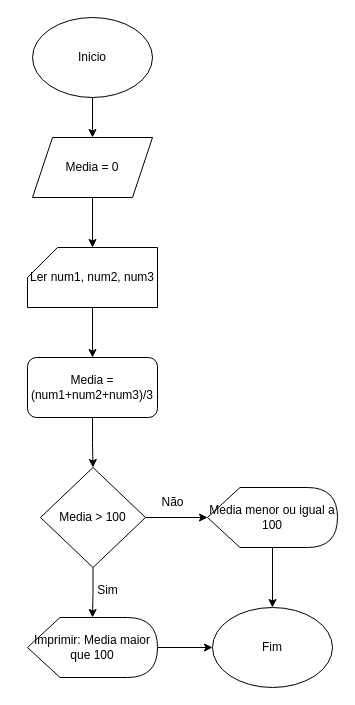
Above: Sixth Diagram.drawio in LuizHelio-Fim/Fluxogramas (draw.io), before the change. Source tidied: cells renumbered, new cells numbered last; positions are measured from the earlier drawing's top-left corner, leaving out a move shared by most shapes. Both pictures are drawn from the tidied source at 100%, with x=0, y=0 at pixel (27, 17).
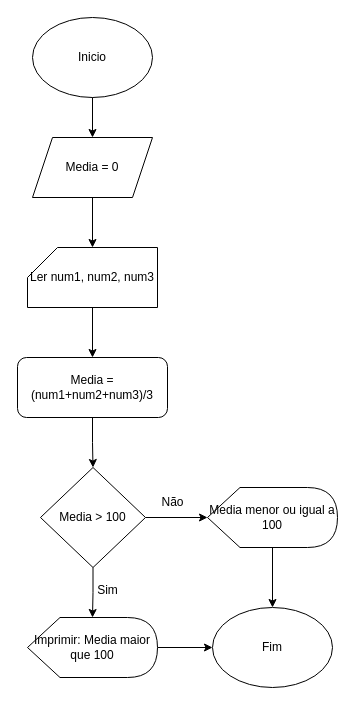
Above is the later version.

The edit, as a diff of the source:
```diff
@@
 <mxGraphModel>
   <root>
     <mxCell id="0" />
     <mxCell id="1" parent="0" />
     <mxCell id="2" value="Inicio" style="ellipse;whiteSpace=wrap;html=1;" parent="1" vertex="1">
       <mxGeometry x="5" width="120" height="80" as="geometry" />
     </mxCell>
     <mxCell id="3" style="edgeStyle=orthogonalEdgeStyle;rounded=0;jettySize=auto;html=1;entryX=0.5;entryY=0;entryDx=0;entryDy=0;" parent="1" edge="1" source="4" target="6">
       <mxGeometry relative="1" as="geometry" />
     </mxCell>
     <mxCell id="4" value="Ler num1, num2, num3" style="shape=card;whiteSpace=wrap;html=1;" parent="1" vertex="1">
       <mxGeometry y="230" width="130" height="60" as="geometry" />
     </mxCell>
     <mxCell id="5" style="edgeStyle=orthogonalEdgeStyle;rounded=0;jettySize=auto;html=1;" parent="1" edge="1" source="6" target="12">
       <mxGeometry relative="1" as="geometry" />
     </mxCell>
-    <mxCell id="6" value="Media =(num1+num2+num3)/3" style="rounded=1;whiteSpace=wrap;html=1;" parent="1" vertex="1">
-      <mxGeometry y="340" width="130" height="60" as="geometry" />
+    <mxCell id="6" value="&lt;div&gt;Media =&lt;/div&gt;&lt;div&gt;(num1+num2+num3)/3&lt;/div&gt;" style="rounded=1;whiteSpace=wrap;html=1;" parent="1" vertex="1">
+      <mxGeometry x="-10" y="340" width="150" height="60" as="geometry" />
     </mxCell>
     <mxCell id="7" style="edgeStyle=orthogonalEdgeStyle;rounded=0;jettySize=auto;html=1;" parent="1" edge="1" source="2" target="9">
       <mxGeometry relative="1" as="geometry" />
     </mxCell>
     <mxCell id="8" style="edgeStyle=orthogonalEdgeStyle;rounded=0;jettySize=auto;html=1;" parent="1" edge="1" source="9" target="4">
       <mxGeometry relative="1" as="geometry" />
     </mxCell>
     <mxCell id="9" value="Media = 0" style="shape=parallelogram;perimeter=parallelogramPerimeter;whiteSpace=wrap;html=1;fixedSize=1;" parent="1" vertex="1">
       <mxGeometry x="5" y="120" width="120" height="60" as="geometry" />
     </mxCell>
     <mxCell id="10" style="edgeStyle=orthogonalEdgeStyle;rounded=0;jettySize=auto;html=1;" parent="1" edge="1" source="12" target="14">
       <mxGeometry relative="1" as="geometry" />
     </mxCell>
     <mxCell id="11" style="edgeStyle=orthogonalEdgeStyle;rounded=0;jettySize=auto;html=1;" parent="1" edge="1" source="12" target="16">
       <mxGeometry relative="1" as="geometry" />
     </mxCell>
     <mxCell id="12" value="Media &amp;gt; 100" style="rhombus;whiteSpace=wrap;html=1;" parent="1" vertex="1">
       <mxGeometry x="13" y="450" width="105" height="100" as="geometry" />
     </mxCell>
     <mxCell id="13" style="edgeStyle=orthogonalEdgeStyle;rounded=0;jettySize=auto;html=1;" parent="1" edge="1" source="14" target="17">
       <mxGeometry relative="1" as="geometry" />
     </mxCell>
     <mxCell id="14" value="Imprimir: Media maior que 100" style="shape=display;whiteSpace=wrap;html=1;" parent="1" vertex="1">
       <mxGeometry y="600" width="130" height="60" as="geometry" />
     </mxCell>
     <mxCell id="15" style="edgeStyle=orthogonalEdgeStyle;rounded=0;jettySize=auto;html=1;" parent="1" edge="1" source="16" target="17">
       <mxGeometry relative="1" as="geometry" />
     </mxCell>
     <mxCell id="16" value="Media menor ou igual a 100" style="shape=display;whiteSpace=wrap;html=1;" parent="1" vertex="1">
       <mxGeometry x="180" y="470" width="130" height="60" as="geometry" />
     </mxCell>
     <mxCell id="17" value="Fim" style="ellipse;whiteSpace=wrap;html=1;" parent="1" vertex="1">
       <mxGeometry x="185" y="590" width="120" height="80" as="geometry" />
     </mxCell>
     <mxCell id="18" value="Sim" style="text;html=1;align=center;verticalAlign=middle;strokeColor=none;fillColor=none;" parent="1" vertex="1">
       <mxGeometry x="60" y="558" width="40" height="30" as="geometry" />
     </mxCell>
     <mxCell id="19" value="Não" style="text;html=1;align=center;verticalAlign=middle;strokeColor=none;fillColor=none;" parent="1" vertex="1">
       <mxGeometry x="120" y="470" width="50" height="30" as="geometry" />
     </mxCell>
   </root>
 </mxGraphModel>
```
